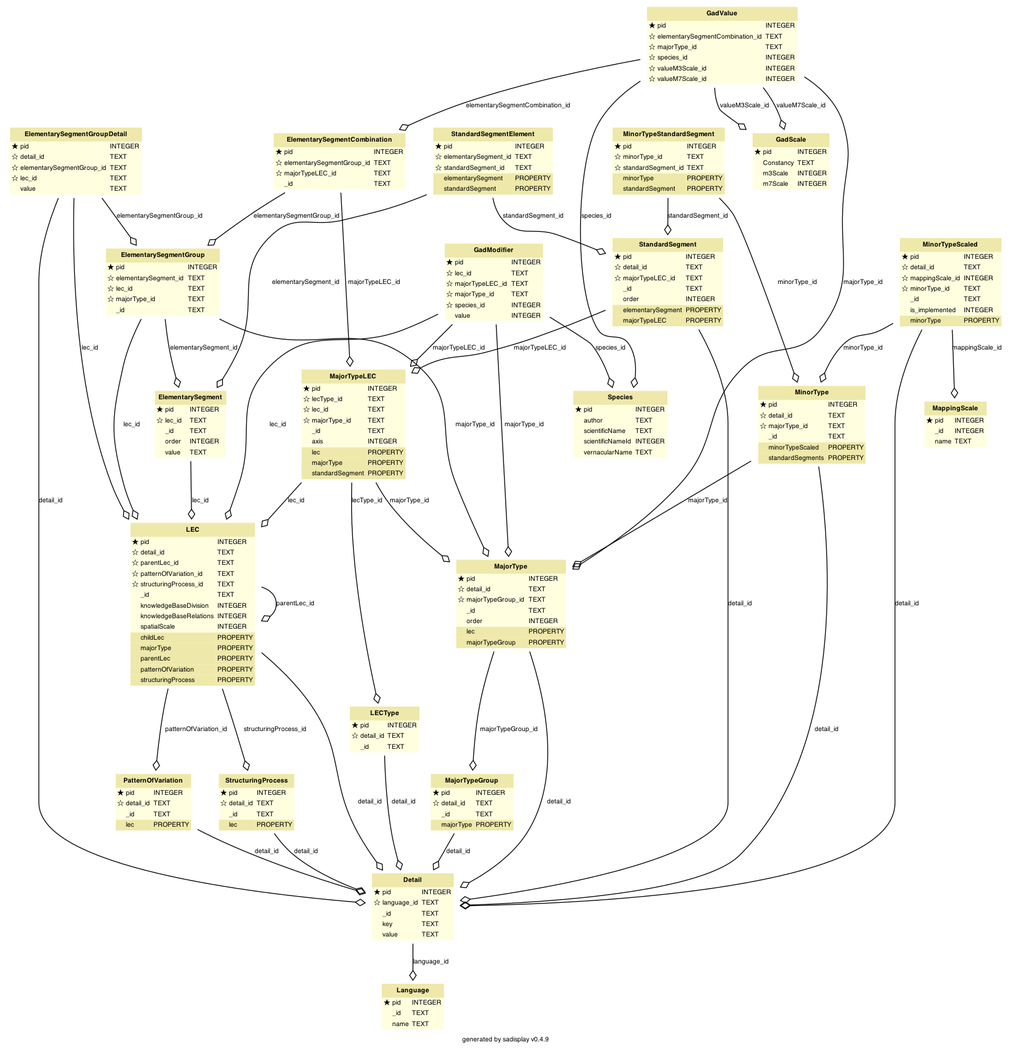
MichalTorma/natur-i-norge keeps this Graphviz diagram as scripts/database/schema.png. Above is the earlier version. Its source is kept beside it as scripts/database/schema.dot.
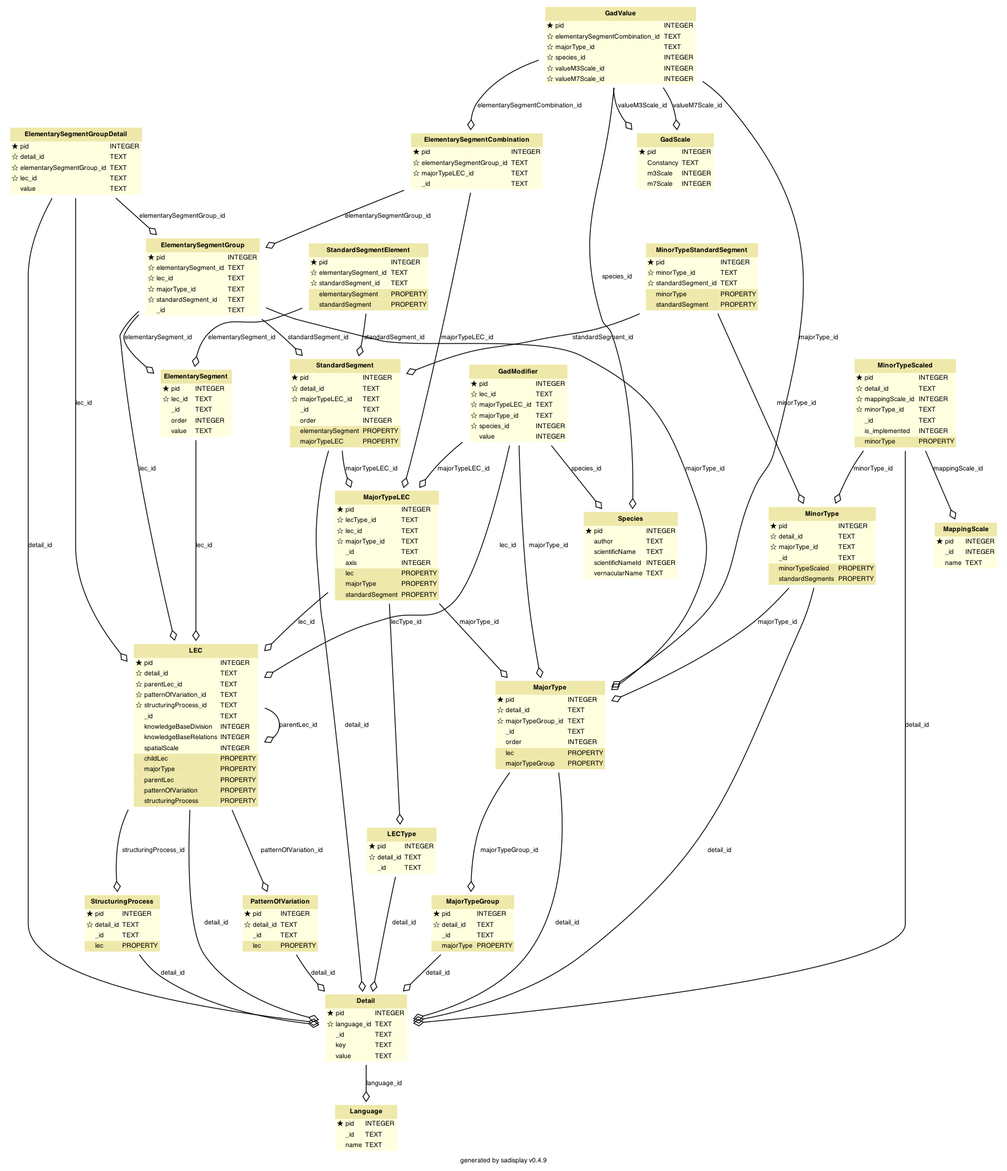
The same file after the commit.

What changed in the source:
```diff
@@ -124,6 +124,10 @@
         ><FONT FACE="Bitstream Vera Sans">TEXT</FONT
         ></TD></TR> <TR><TD ALIGN="LEFT" BORDER="0"
         ><FONT FACE="Bitstream Vera Sans">☆ majorType_id</FONT
+        ></TD><TD ALIGN="LEFT"
+        ><FONT FACE="Bitstream Vera Sans">TEXT</FONT
+        ></TD></TR> <TR><TD ALIGN="LEFT" BORDER="0"
+        ><FONT FACE="Bitstream Vera Sans">☆ standardSegment_id</FONT
         ></TD><TD ALIGN="LEFT"
         ><FONT FACE="Bitstream Vera Sans">TEXT</FONT
         ></TD></TR> <TR><TD ALIGN="LEFT" BORDER="0"
@@ -807,6 +811,7 @@
 	"ElementarySegmentGroup" -> "ElementarySegment" [label = "elementarySegment_id"]
 	"ElementarySegmentGroup" -> "MajorType" [label = "majorType_id"]
 	"ElementarySegmentGroup" -> "LEC" [label = "lec_id"]
+	"ElementarySegmentGroup" -> "StandardSegment" [label = "standardSegment_id"]
 	"ElementarySegmentGroupDetail" -> "ElementarySegmentGroup" [label = "elementarySegmentGroup_id"]
 	"ElementarySegmentGroupDetail" -> "LEC" [label = "lec_id"]
 	"ElementarySegmentGroupDetail" -> "Detail" [label = "detail_id"]
```
